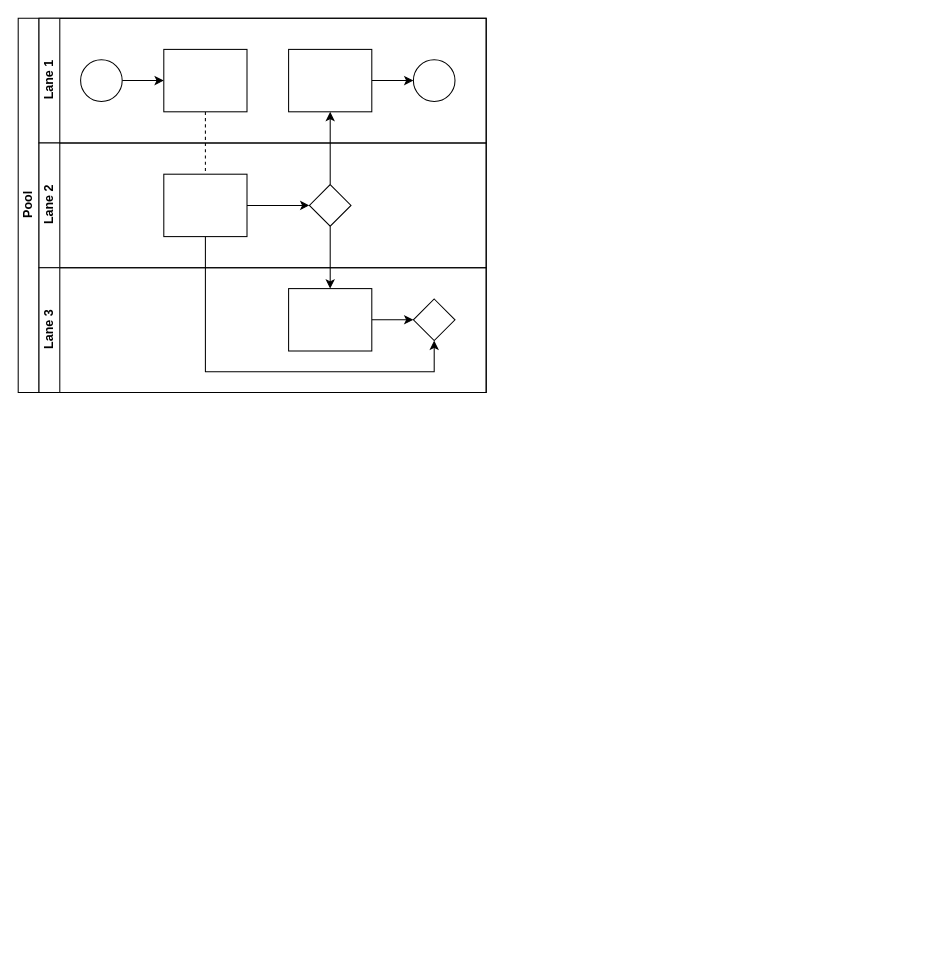
This is tzpt.drawio from aGVsZWk/mac_dot_config, a draw.io file, before an edit. Source tidied: cells renumbered, new cells numbered last; positions are measured from the earlier drawing's top-left corner, leaving out a move shared by most shapes. Both pictures are drawn from the tidied source at 104%, with x=0, y=0 at pixel (18, 18).
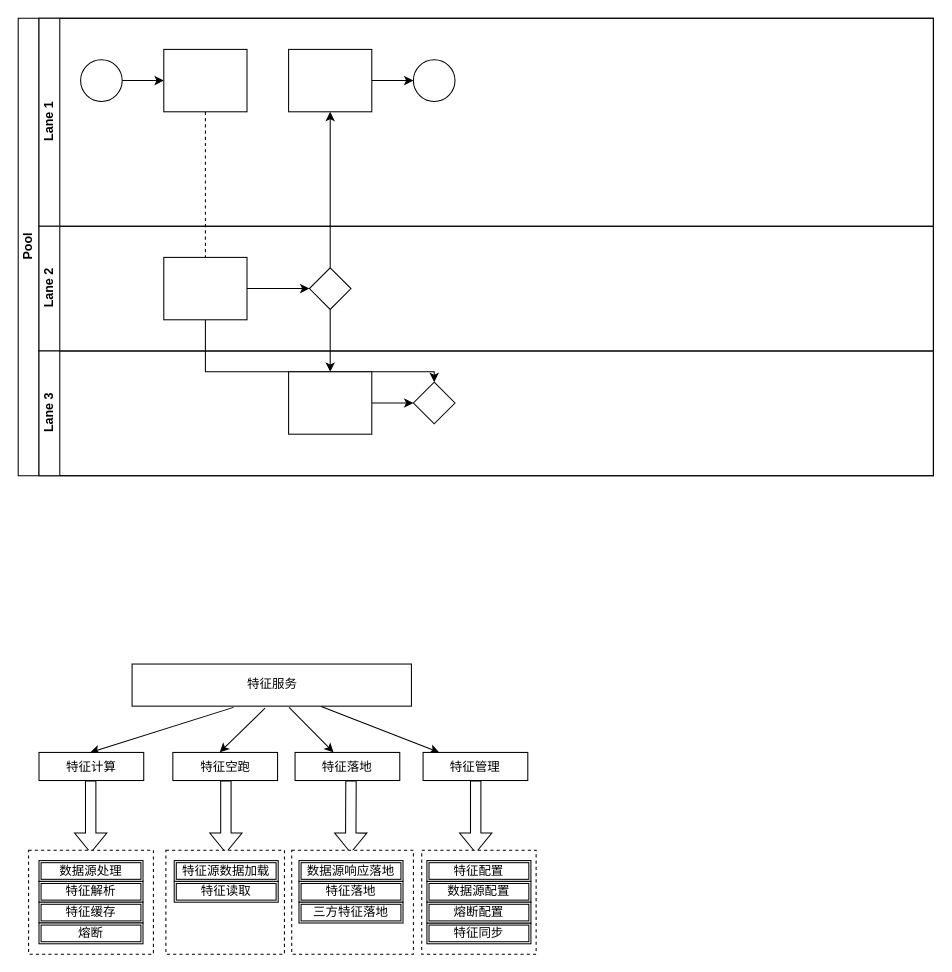
After the change.

Diff of the diagram source:
```diff
@@
     <mxCell id="2" value="Pool" style="swimlane;html=1;horizontal=0;startSize=20;" parent="1" vertex="1">
-      <mxGeometry width="450" height="360" as="geometry" />
+      <mxGeometry width="880" height="440" as="geometry" />
     </mxCell>
@@
     <mxCell id="7" value="Lane 1" style="swimlane;html=1;startSize=20;horizontal=0;" parent="2" vertex="1">
-      <mxGeometry x="20" width="430" height="120" as="geometry" />
+      <mxGeometry x="20" width="860" height="200" as="geometry" />
     </mxCell>
@@
     <mxCell id="14" value="Lane 2" style="swimlane;html=1;startSize=20;horizontal=0;" parent="2" vertex="1">
-      <mxGeometry x="20" y="120" width="430" height="120" as="geometry" />
+      <mxGeometry x="20" y="200" width="860" height="120" as="geometry" />
     </mxCell>
@@
     <mxCell id="18" value="Lane 3" style="swimlane;html=1;startSize=20;horizontal=0;" parent="2" vertex="1">
-      <mxGeometry x="20" y="240" width="430" height="120" as="geometry" />
+      <mxGeometry x="20" y="320" width="860" height="120" as="geometry" />
     </mxCell>
@@
+    <mxCell id="22" style="shape=flexArrow;endArrow=classic;html=1;rounded=0;fontFamily=Helvetica;fontSize=12;fontColor=default;" parent="1" edge="1">
+      <mxGeometry relative="1" as="geometry">
+        <mxPoint x="69.7" y="733" as="sourcePoint" />
+        <mxPoint x="69.7" y="803" as="targetPoint" />
+      </mxGeometry>
+    </mxCell>
+    <mxCell id="23" style="shape=flexArrow;endArrow=classic;html=1;rounded=0;fontFamily=Helvetica;fontSize=12;fontColor=default;" parent="1" edge="1">
+      <mxGeometry relative="1" as="geometry">
+        <mxPoint x="199.7" y="733" as="sourcePoint" />
+        <mxPoint x="199.7" y="803" as="targetPoint" />
+      </mxGeometry>
+    </mxCell>
+    <mxCell id="24" style="shape=flexArrow;endArrow=classic;html=1;rounded=0;fontFamily=Helvetica;fontSize=12;fontColor=default;" parent="1" edge="1">
+      <mxGeometry relative="1" as="geometry">
+        <mxPoint x="320" y="733" as="sourcePoint" />
+        <mxPoint x="319.7" y="803" as="targetPoint" />
+      </mxGeometry>
+    </mxCell>
+    <mxCell id="25" style="shape=flexArrow;endArrow=classic;html=1;rounded=0;fontFamily=Helvetica;fontSize=12;fontColor=default;" parent="1" edge="1">
+      <mxGeometry relative="1" as="geometry">
+        <mxPoint x="439.9" y="733" as="sourcePoint" />
+        <mxPoint x="439.9" y="803" as="targetPoint" />
+      </mxGeometry>
+    </mxCell>
+    <mxCell id="26" style="group;" parent="1" vertex="1">
+      <mxGeometry x="10" y="800" width="120" height="100" as="geometry" />
+    </mxCell>
+    <mxCell id="27" style="rounded=0;whiteSpace=wrap;html=1;dashed=1;" parent="26" vertex="1">
+      <mxGeometry width="120" height="100" as="geometry" />
+    </mxCell>
+    <mxCell id="28" value="数据源处理" style="shape=ext;double=1;rounded=0;whiteSpace=wrap;html=1;" parent="26" vertex="1">
+      <mxGeometry x="10" y="10" width="100" height="20" as="geometry" />
+    </mxCell>
+    <mxCell id="29" value="特征解析" style="shape=ext;double=1;rounded=0;whiteSpace=wrap;html=1;" parent="26" vertex="1">
+      <mxGeometry x="10" y="30" width="100" height="20" as="geometry" />
+    </mxCell>
+    <mxCell id="30" value="特征缓存" style="shape=ext;double=1;rounded=0;whiteSpace=wrap;html=1;" parent="26" vertex="1">
+      <mxGeometry x="10" y="50" width="100" height="20" as="geometry" />
+    </mxCell>
+    <mxCell id="31" value="熔断" style="shape=ext;double=1;rounded=0;whiteSpace=wrap;html=1;" parent="26" vertex="1">
+      <mxGeometry x="10" y="70" width="100" height="20" as="geometry" />
+    </mxCell>
+    <mxCell id="32" style="group;" parent="1" vertex="1">
+      <mxGeometry x="142" y="800" width="114" height="100" as="geometry" />
+    </mxCell>
+    <mxCell id="33" style="group;" parent="32" vertex="1">
+      <mxGeometry width="114" height="100" as="geometry" />
+    </mxCell>
+    <mxCell id="34" style="rounded=0;whiteSpace=wrap;html=1;dashed=1;" parent="33" vertex="1">
+      <mxGeometry width="114" height="100" as="geometry" />
+    </mxCell>
+    <mxCell id="35" value="特征源数据加载" style="shape=ext;double=1;rounded=0;whiteSpace=wrap;html=1;" parent="33" vertex="1">
+      <mxGeometry x="8" y="10" width="100" height="20" as="geometry" />
+    </mxCell>
+    <mxCell id="36" value="特征读取" style="shape=ext;double=1;rounded=0;whiteSpace=wrap;html=1;" parent="33" vertex="1">
+      <mxGeometry x="8" y="30" width="100" height="20" as="geometry" />
+    </mxCell>
+    <mxCell id="37" style="group;" parent="1" vertex="1">
+      <mxGeometry x="263" y="800" width="117" height="100" as="geometry" />
+    </mxCell>
+    <mxCell id="38" style="group;" parent="37" vertex="1">
+      <mxGeometry width="117" height="100" as="geometry" />
+    </mxCell>
+    <mxCell id="39" style="rounded=0;whiteSpace=wrap;html=1;dashed=1;" parent="38" vertex="1">
+      <mxGeometry width="117" height="100" as="geometry" />
+    </mxCell>
+    <mxCell id="40" value="数据源响应落地" style="shape=ext;double=1;rounded=0;whiteSpace=wrap;html=1;" parent="38" vertex="1">
+      <mxGeometry x="7" y="10" width="100" height="20" as="geometry" />
+    </mxCell>
+    <mxCell id="41" value="特征落地" style="shape=ext;double=1;rounded=0;whiteSpace=wrap;html=1;" parent="38" vertex="1">
+      <mxGeometry x="7" y="30" width="100" height="20" as="geometry" />
+    </mxCell>
+    <mxCell id="42" value="三方特征落地" style="shape=ext;double=1;rounded=0;whiteSpace=wrap;html=1;" parent="38" vertex="1">
+      <mxGeometry x="7" y="50" width="100" height="20" as="geometry" />
+    </mxCell>
+    <mxCell id="43" style="group;" parent="1" vertex="1">
+      <mxGeometry x="388" y="800" width="110" height="100" as="geometry" />
+    </mxCell>
+    <mxCell id="44" style="rounded=0;whiteSpace=wrap;html=1;dashed=1;" parent="43" vertex="1">
+      <mxGeometry width="110" height="100" as="geometry" />
+    </mxCell>
+    <mxCell id="45" value="特征配置" style="shape=ext;double=1;rounded=0;whiteSpace=wrap;html=1;" parent="43" vertex="1">
+      <mxGeometry x="5" y="10" width="100" height="20" as="geometry" />
+    </mxCell>
+    <mxCell id="46" value="数据源配置" style="shape=ext;double=1;rounded=0;whiteSpace=wrap;html=1;" parent="43" vertex="1">
+      <mxGeometry x="5" y="30" width="100" height="20" as="geometry" />
+    </mxCell>
+    <mxCell id="47" value="特征同步" style="shape=ext;double=1;rounded=0;whiteSpace=wrap;html=1;" parent="43" vertex="1">
+      <mxGeometry x="5" y="70" width="100" height="20" as="geometry" />
+    </mxCell>
+    <mxCell id="48" value="熔断配置" style="shape=ext;double=1;rounded=0;whiteSpace=wrap;html=1;" parent="43" vertex="1">
+      <mxGeometry x="5" y="50" width="100" height="20" as="geometry" />
+    </mxCell>
+    <mxCell id="49" value="特征服务" style="rounded=0;whiteSpace=wrap;html=1;" parent="1" vertex="1">
+      <mxGeometry x="109.5" y="621" width="268.6" height="40.5" as="geometry" />
+    </mxCell>
+    <mxCell id="50" style="endArrow=classic;html=1;rounded=0;entryX=0.5;entryY=0;entryDx=0;entryDy=0;exitX=0.363;exitY=1.029;exitDx=0;exitDy=0;exitPerimeter=0;" parent="1" edge="1" source="49">
+      <mxGeometry relative="1" as="geometry">
+        <mxPoint x="69.2" y="706" as="targetPoint" />
+      </mxGeometry>
+    </mxCell>
+    <mxCell id="51" style="endArrow=classic;html=1;rounded=0;exitX=0.476;exitY=1.049;exitDx=0;exitDy=0;entryX=0.448;entryY=-0.003;entryDx=0;entryDy=0;entryPerimeter=0;exitPerimeter=0;" parent="1" edge="1" source="49" target="54">
+      <mxGeometry relative="1" as="geometry" />
+    </mxCell>
+    <mxCell id="52" style="endArrow=classic;html=1;rounded=0;exitX=0.562;exitY=1.029;exitDx=0;exitDy=0;exitPerimeter=0;" parent="1" edge="1" source="49" target="55">
+      <mxGeometry relative="1" as="geometry" />
+    </mxCell>
+    <mxCell id="53" value="特征计算" style="rounded=0;whiteSpace=wrap;html=1;" parent="1" vertex="1">
+      <mxGeometry x="20" y="706" width="100.7" height="27" as="geometry" />
+    </mxCell>
+    <mxCell id="54" value="特征空跑" style="rounded=0;whiteSpace=wrap;html=1;" parent="1" vertex="1">
+      <mxGeometry x="148.7" y="706" width="100.7" height="27" as="geometry" />
+    </mxCell>
+    <mxCell id="55" value="特征落地" style="rounded=0;whiteSpace=wrap;html=1;" parent="1" vertex="1">
+      <mxGeometry x="266.2" y="706" width="100.7" height="27" as="geometry" />
+    </mxCell>
+    <mxCell id="56" style="endArrow=classic;html=1;rounded=0;exitX=0.677;exitY=1.01;exitDx=0;exitDy=0;exitPerimeter=0;" parent="1" edge="1" source="49" target="57">
+      <mxGeometry relative="1" as="geometry" />
+    </mxCell>
+    <mxCell id="57" value="特征管理" style="rounded=0;whiteSpace=wrap;html=1;" parent="1" vertex="1">
+      <mxGeometry x="389.3" y="706" width="100.7" height="27" as="geometry" />
+    </mxCell>
```
